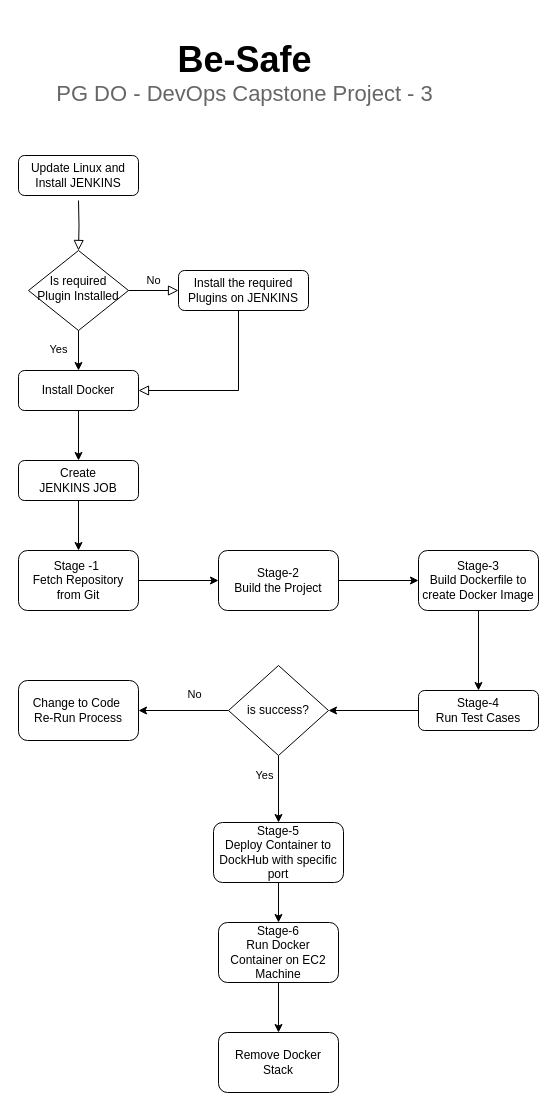
Earlier version of the draw.io diagram Untitled Diagram.drawio (nitinsuvagia/b-safe). Source tidied: cells renumbered, new cells numbered last; positions are measured from the earlier drawing's top-left corner, leaving out a move shared by most shapes. Both pictures are drawn from the tidied source at 100%, with x=0, y=0 at pixel (18, 52).
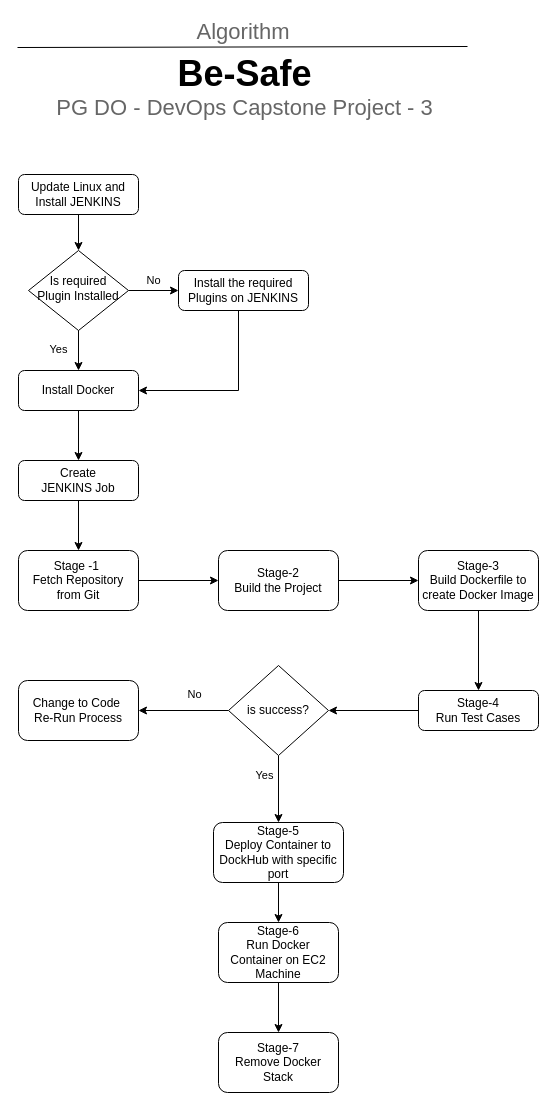
The same diagram, later.

Unchanged cells that the change refers to:
```xml
<mxCell id="7" value="Is required Plugin Installed" style="rhombus;whiteSpace=wrap;html=1;shadow=0;fontFamily=Helvetica;fontSize=12;align=center;strokeWidth=1;spacing=6;spacingTop=-4;" parent="1" vertex="1">
  <mxGeometry x="10" y="198" width="100" height="80" as="geometry" />
</mxCell>
<mxCell id="8" value="Install the required Plugins on JENKINS" style="rounded=1;whiteSpace=wrap;html=1;fontSize=12;glass=0;strokeWidth=1;shadow=0;" parent="1" vertex="1">
  <mxGeometry x="160" y="218" width="130" height="40" as="geometry" />
</mxCell>
<mxCell id="14" value="Install Docker" style="whiteSpace=wrap;html=1;rounded=1;glass=0;strokeWidth=1;shadow=0;" parent="1" vertex="1">
  <mxGeometry y="318" width="120" height="40" as="geometry" />
</mxCell>
```

The edit, as a diff of the source:
```diff
@@
-    <mxCell id="2" style="rounded=0;html=1;jettySize=auto;fontSize=11;endArrow=block;endFill=0;endSize=8;strokeWidth=1;shadow=0;labelBackgroundColor=none;edgeStyle=orthogonalEdgeStyle;" parent="1" edge="1" target="7">
-      <mxGeometry relative="1" as="geometry">
-        <mxPoint x="60" y="148" as="sourcePoint" />
-      </mxGeometry>
+    <mxCell id="2" style="rounded=0;html=1;jettySize=auto;fontSize=11;endArrow=classic;endFill=1;endSize=6;strokeWidth=1;shadow=0;labelBackgroundColor=none;edgeStyle=orthogonalEdgeStyle;exitX=0.5;exitY=1;exitDx=0;exitDy=0;" parent="1" edge="1" source="4" target="7">
+      <mxGeometry relative="1" as="geometry" />
     </mxCell>
@@
     <mxCell id="4" value="Update Linux and Install JENKINS" style="rounded=1;whiteSpace=wrap;html=1;fontSize=12;glass=0;strokeWidth=1;shadow=0;" parent="1" vertex="1">
-      <mxGeometry y="103" width="120" height="40" as="geometry" />
+      <mxGeometry y="122" width="120" height="40" as="geometry" />
     </mxCell>
-    <mxCell id="5" style="rounded=0;html=1;jettySize=auto;fontSize=11;endArrow=block;endFill=0;endSize=8;strokeWidth=1;shadow=0;labelBackgroundColor=none;edgeStyle=orthogonalEdgeStyle;entryX=1;entryY=0.5;entryDx=0;entryDy=0;exitX=0.5;exitY=1;exitDx=0;exitDy=0;" parent="1" edge="1" source="8" target="14">
+    <mxCell id="5" style="rounded=0;html=1;jettySize=auto;fontSize=11;endArrow=classic;endFill=1;endSize=6;strokeWidth=1;shadow=0;labelBackgroundColor=none;edgeStyle=orthogonalEdgeStyle;entryX=1;entryY=0.5;entryDx=0;entryDy=0;exitX=0.5;exitY=1;exitDx=0;exitDy=0;" parent="1" edge="1" source="8" target="14">
       <mxGeometry y="20" relative="1" as="geometry">
         <Array as="points">
           <mxPoint x="220" y="338" />
         </Array>
       </mxGeometry>
     </mxCell>
-    <mxCell id="6" value="No" style="edgeStyle=orthogonalEdgeStyle;rounded=0;html=1;jettySize=auto;fontSize=11;endArrow=block;endFill=0;endSize=8;strokeWidth=1;shadow=0;labelBackgroundColor=none;" parent="1" edge="1" source="7" target="8">
+    <mxCell id="6" value="No" style="edgeStyle=orthogonalEdgeStyle;rounded=0;html=1;jettySize=auto;fontSize=11;endArrow=classic;endFill=1;strokeWidth=1;shadow=0;labelBackgroundColor=none;" parent="1" edge="1" source="7" target="8">
       <mxGeometry y="10" relative="1" as="geometry" />
     </mxCell>
@@
-    <mxCell id="10" value="Create&lt;br&gt;JENKINS JOB" style="rounded=1;whiteSpace=wrap;html=1;fontSize=12;glass=0;strokeWidth=1;shadow=0;" parent="1" vertex="1">
+    <mxCell id="10" value="Create&lt;br&gt;JENKINS Job" style="rounded=1;whiteSpace=wrap;html=1;fontSize=12;glass=0;strokeWidth=1;shadow=0;" parent="1" vertex="1">
       <mxGeometry y="408" width="120" height="40" as="geometry" />
     </mxCell>
@@
     <mxCell id="31" value="&lt;b style=&quot;font-size: 36px&quot;&gt;Be-Safe&lt;br&gt;&lt;/b&gt;&lt;font style=&quot;font-size: 22px&quot; color=&quot;#666666&quot;&gt;PG DO - DevOps Capstone Project - 3&lt;/font&gt;" style="text;html=1;align=center;verticalAlign=middle;strokeColor=none;fillColor=none;" parent="1" vertex="1">
-      <mxGeometry x="31" width="390" height="40" as="geometry" />
+      <mxGeometry x="31" y="14" width="390" height="40" as="geometry" />
     </mxCell>
-    <mxCell id="32" value="Remove Docker Stack" style="whiteSpace=wrap;html=1;rounded=1;glass=0;strokeWidth=1;shadow=0;" parent="1" vertex="1">
+    <mxCell id="32" value="Stage-7&lt;br&gt;Remove Docker Stack" style="whiteSpace=wrap;html=1;rounded=1;glass=0;strokeWidth=1;shadow=0;" parent="1" vertex="1">
       <mxGeometry x="200" y="980" width="120" height="60" as="geometry" />
     </mxCell>
+    <mxCell id="33" style="endArrow=none;html=1;rounded=0;shadow=0;fontSize=22;fontColor=#666666;endSize=6;" parent="1" edge="1">
+      <mxGeometry relative="1" as="geometry">
+        <mxPoint x="-1" y="-5" as="sourcePoint" />
+        <mxPoint x="449" y="-6" as="targetPoint" />
+      </mxGeometry>
+    </mxCell>
+    <mxCell id="34" value="Algorithm" style="text;html=1;strokeColor=none;fillColor=none;align=center;verticalAlign=middle;whiteSpace=wrap;rounded=0;fontSize=22;fontColor=#666666;" parent="1" vertex="1">
+      <mxGeometry x="195" y="-35" width="60" height="30" as="geometry" />
+    </mxCell>
```
